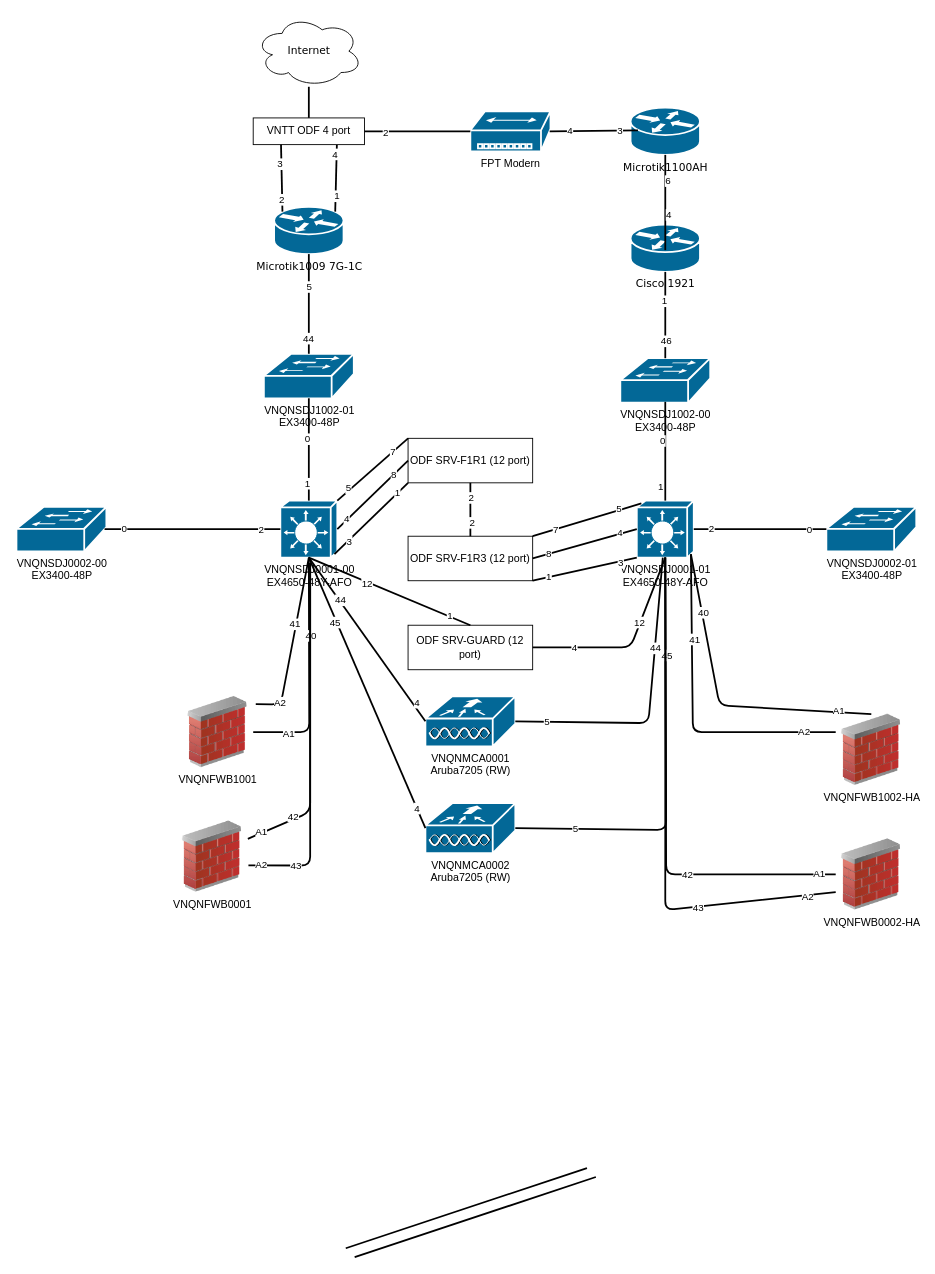
zalai/demo keeps this draw.io diagram as page "Server room" (1 of 3) of Untitled Diagram.drawio. Above is the earlier version. Source tidied: cells renumbered, new cells numbered last; positions are measured from the earlier drawing's top-left corner, leaving out a move shared by most shapes. Both pictures are drawn from the tidied source at 89%, with x=0, y=0 at pixel (16, 15).
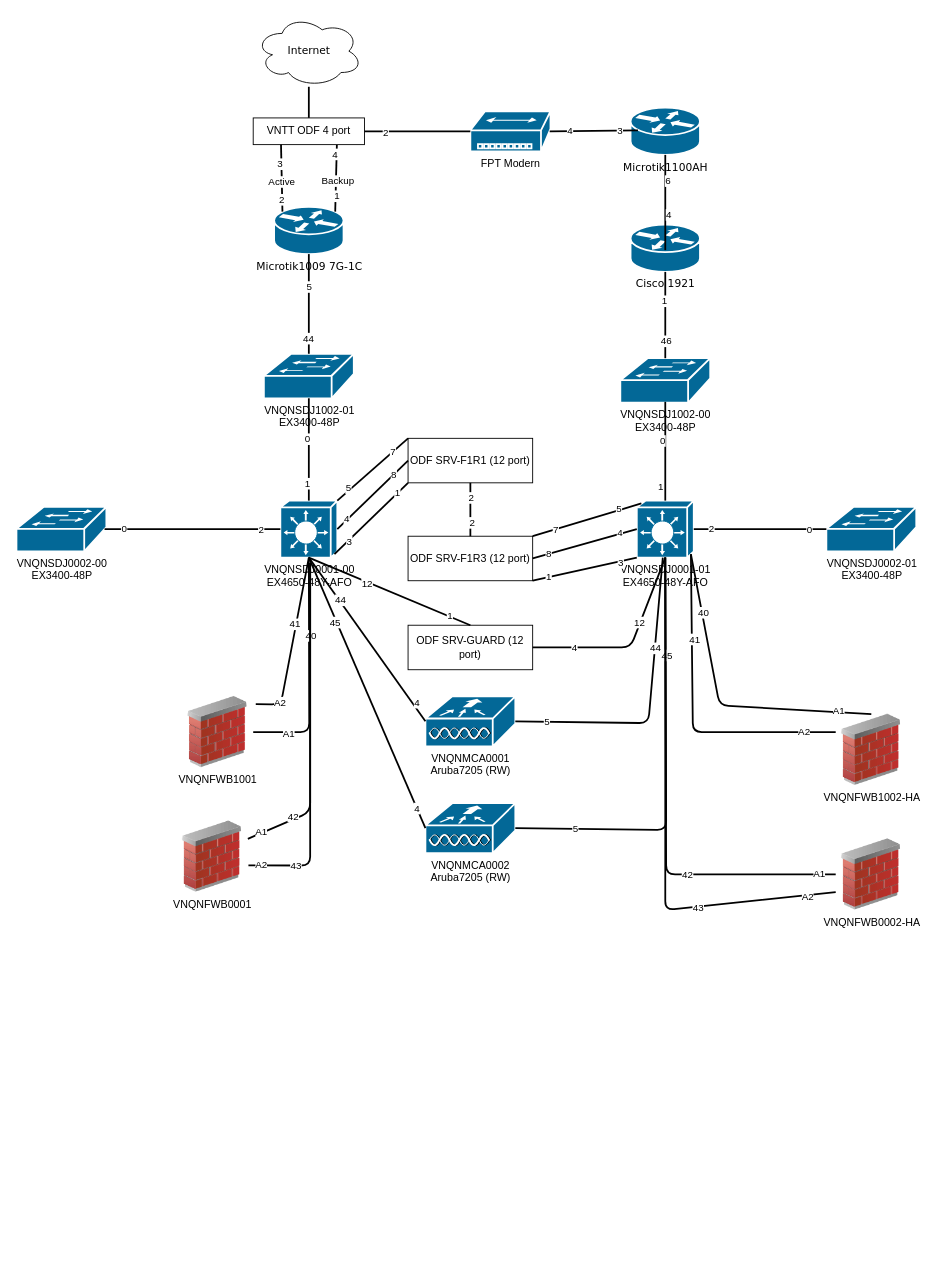
The same page after the edit.

Unchanged cells that the change refers to:
```xml
<mxCell id="11" style="rounded=0;jettySize=auto;html=1;entryX=0.88;entryY=0.1;entryDx=0;entryDy=0;entryPerimeter=0;strokeWidth=2;endArrow=none;endFill=0;" parent="1" edge="1" target="5">
  <mxGeometry relative="1" as="geometry">
    <mxPoint x="360" y="145" as="sourcePoint" />
  </mxGeometry>
</mxCell>
<mxCell id="27" style="endArrow=none;html=1;rounded=0;shadow=0;strokeWidth=2;entryX=0.25;entryY=1;entryDx=0;entryDy=0;exitX=0.12;exitY=0.1;exitDx=0;exitDy=0;exitPerimeter=0;" parent="1" edge="1" source="5" target="14">
  <mxGeometry relative="1" as="geometry" />
</mxCell>
```

Diff of the diagram source:
```diff
@@
+    <mxCell id="121" value="Backup" style="edgeLabel;html=1;align=center;verticalAlign=middle;" parent="11" vertex="1">
+      <mxGeometry x="-0.02" y="1" relative="1" as="geometry">
+        <mxPoint y="3" as="offset" />
+      </mxGeometry>
+    </mxCell>
@@
+    <mxCell id="122" value="Active" style="edgeLabel;html=1;align=center;verticalAlign=middle;" parent="27" vertex="1">
+      <mxGeometry x="-0.09" y="1" relative="1" as="geometry" />
+    </mxCell>
@@
-    <mxCell id="116" style="edgeStyle=none;html=1;labelBackgroundColor=none;startFill=0;endArrow=none;endFill=0;strokeWidth=2;fontFamily=Verdana;fontSize=12;exitX=0.5;exitY=0;exitDx=0;exitDy=0;" parent="1" edge="1">
-      <mxGeometry relative="1" as="geometry">
-        <mxPoint x="370" y="1385" as="sourcePoint" />
-        <mxPoint x="641" y="1295" as="targetPoint" />
-      </mxGeometry>
-    </mxCell>
-    <mxCell id="117" style="edgeStyle=none;html=1;labelBackgroundColor=none;startFill=0;endArrow=none;endFill=0;strokeWidth=2;fontFamily=Verdana;fontSize=12;exitX=0.5;exitY=0;exitDx=0;exitDy=0;" parent="1" edge="1">
-      <mxGeometry relative="1" as="geometry">
-        <mxPoint x="380" y="1395" as="sourcePoint" />
-        <mxPoint x="651" y="1305" as="targetPoint" />
-      </mxGeometry>
-    </mxCell>
```
